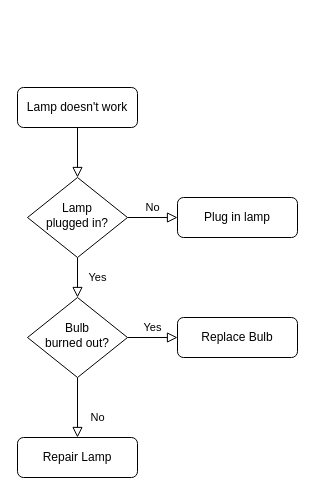
Jasontxr/Jasontxr keeps this draw.io diagram as 未命名绘图.drawio. Above is the earlier version. Source tidied: cells renumbered, new cells numbered last; positions are measured from the earlier drawing's top-left corner, leaving out a move shared by most shapes. Both pictures are drawn from the tidied source at 100%, with x=0, y=0 at pixel (17, 87).
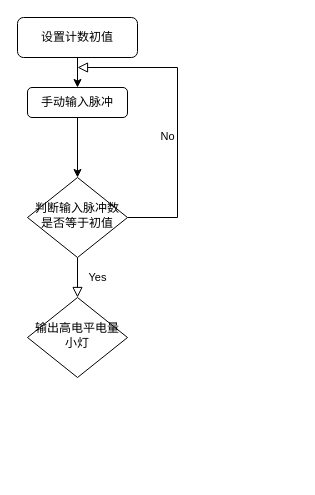
The same page after the edit.

What changed in the source:
```diff
@@
 <mxGraphModel>
   <root>
     <mxCell id="0" />
     <mxCell id="1" parent="0" />
-    <mxCell id="2" style="rounded=0;html=1;jettySize=auto;fontSize=11;endArrow=block;endFill=0;endSize=8;strokeWidth=1;shadow=0;labelBackgroundColor=none;edgeStyle=orthogonalEdgeStyle;" parent="1" edge="1" source="3" target="6">
-      <mxGeometry relative="1" as="geometry" />
-    </mxCell>
+    <mxCell id="13" style="edgeStyle=orthogonalEdgeStyle;rounded=0;jettySize=auto;html=1;exitX=0.5;exitY=1;exitDx=0;exitDy=0;entryX=0.5;entryY=0;entryDx=0;entryDy=0;" parent="1" edge="1" source="3" target="15">
+      <mxGeometry relative="1" as="geometry" />
+    </mxCell>
-    <mxCell id="3" value="Lamp doesn't work" style="rounded=1;whiteSpace=wrap;html=1;fontSize=12;glass=0;strokeWidth=1;shadow=0;" parent="1" vertex="1">
-      <mxGeometry width="120" height="40" as="geometry" />
+    <mxCell id="3" value="设置计数初值" style="rounded=1;whiteSpace=wrap;html=1;fontSize=12;glass=0;strokeWidth=1;shadow=0;" parent="1" vertex="1">
+      <mxGeometry y="-70" width="120" height="40" as="geometry" />
     </mxCell>
     <mxCell id="4" value="Yes" style="rounded=0;html=1;jettySize=auto;fontSize=11;endArrow=block;endFill=0;endSize=8;strokeWidth=1;shadow=0;labelBackgroundColor=none;edgeStyle=orthogonalEdgeStyle;" parent="1" edge="1" source="6" target="10">
       <mxGeometry y="20" relative="1" as="geometry" />
     </mxCell>
-    <mxCell id="5" value="No" style="edgeStyle=orthogonalEdgeStyle;rounded=0;html=1;jettySize=auto;fontSize=11;endArrow=block;endFill=0;endSize=8;strokeWidth=1;shadow=0;labelBackgroundColor=none;" parent="1" edge="1" source="6" target="7">
-      <mxGeometry y="10" relative="1" as="geometry" />
+    <mxCell id="5" value="No" style="edgeStyle=orthogonalEdgeStyle;rounded=0;html=1;jettySize=auto;fontSize=11;endArrow=block;endFill=0;endSize=8;strokeWidth=1;shadow=0;labelBackgroundColor=none;" parent="1" edge="1" source="6">
+      <mxGeometry x="-0.13" y="10" relative="1" as="geometry">
+        <mxPoint x="60" y="-20" as="targetPoint" />
+        <Array as="points">
+          <mxPoint x="160" y="130" />
+          <mxPoint x="160" y="-20" />
+        </Array>
+      </mxGeometry>
     </mxCell>
-    <mxCell id="6" value="Lamp&lt;br&gt;plugged in?" style="rhombus;whiteSpace=wrap;html=1;shadow=0;fontFamily=Helvetica;fontSize=12;align=center;strokeWidth=1;spacing=6;spacingTop=-4;" parent="1" vertex="1">
+    <mxCell id="6" value="判断输入脉冲数是否等于初值" style="rhombus;whiteSpace=wrap;html=1;shadow=0;fontFamily=Helvetica;fontSize=12;align=center;strokeWidth=1;spacing=6;spacingTop=-4;" parent="1" vertex="1">
       <mxGeometry x="10" y="90" width="100" height="80" as="geometry" />
     </mxCell>
-    <mxCell id="7" value="Plug in lamp" style="rounded=1;whiteSpace=wrap;html=1;fontSize=12;glass=0;strokeWidth=1;shadow=0;" parent="1" vertex="1">
-      <mxGeometry x="160" y="110" width="120" height="40" as="geometry" />
-    </mxCell>
-    <mxCell id="8" value="No" style="rounded=0;html=1;jettySize=auto;fontSize=11;endArrow=block;endFill=0;endSize=8;strokeWidth=1;shadow=0;labelBackgroundColor=none;edgeStyle=orthogonalEdgeStyle;" parent="1" edge="1" source="10" target="11">
-      <mxGeometry x="0.33" y="20" relative="1" as="geometry" />
-    </mxCell>
-    <mxCell id="9" value="Yes" style="edgeStyle=orthogonalEdgeStyle;rounded=0;html=1;jettySize=auto;fontSize=11;endArrow=block;endFill=0;endSize=8;strokeWidth=1;shadow=0;labelBackgroundColor=none;" parent="1" edge="1" source="10" target="12">
-      <mxGeometry y="10" relative="1" as="geometry" />
-    </mxCell>
-    <mxCell id="10" value="Bulb&lt;br&gt;burned out?" style="rhombus;whiteSpace=wrap;html=1;shadow=0;fontFamily=Helvetica;fontSize=12;align=center;strokeWidth=1;spacing=6;spacingTop=-4;" parent="1" vertex="1">
+    <mxCell id="10" value="输出高电平电量小灯" style="rhombus;whiteSpace=wrap;html=1;shadow=0;fontFamily=Helvetica;fontSize=12;align=center;strokeWidth=1;spacing=6;spacingTop=-4;" parent="1" vertex="1">
       <mxGeometry x="10" y="210" width="100" height="80" as="geometry" />
     </mxCell>
-    <mxCell id="11" value="Repair Lamp" style="rounded=1;whiteSpace=wrap;html=1;fontSize=12;glass=0;strokeWidth=1;shadow=0;" parent="1" vertex="1">
-      <mxGeometry y="350" width="120" height="40" as="geometry" />
-    </mxCell>
-    <mxCell id="12" value="Replace Bulb" style="rounded=1;whiteSpace=wrap;html=1;fontSize=12;glass=0;strokeWidth=1;shadow=0;" parent="1" vertex="1">
-      <mxGeometry x="160" y="230" width="120" height="40" as="geometry" />
-    </mxCell>
+    <mxCell id="14" style="edgeStyle=orthogonalEdgeStyle;rounded=0;jettySize=auto;html=1;exitX=0.5;exitY=1;exitDx=0;exitDy=0;entryX=0.5;entryY=0;entryDx=0;entryDy=0;" parent="1" edge="1" source="15" target="6">
+      <mxGeometry relative="1" as="geometry" />
+    </mxCell>
+    <mxCell id="15" value="手动输入脉冲" style="rounded=1;whiteSpace=wrap;html=1;" parent="1" vertex="1">
+      <mxGeometry x="10" width="100" height="30" as="geometry" />
+    </mxCell>
   </root>
 </mxGraphModel>
```
